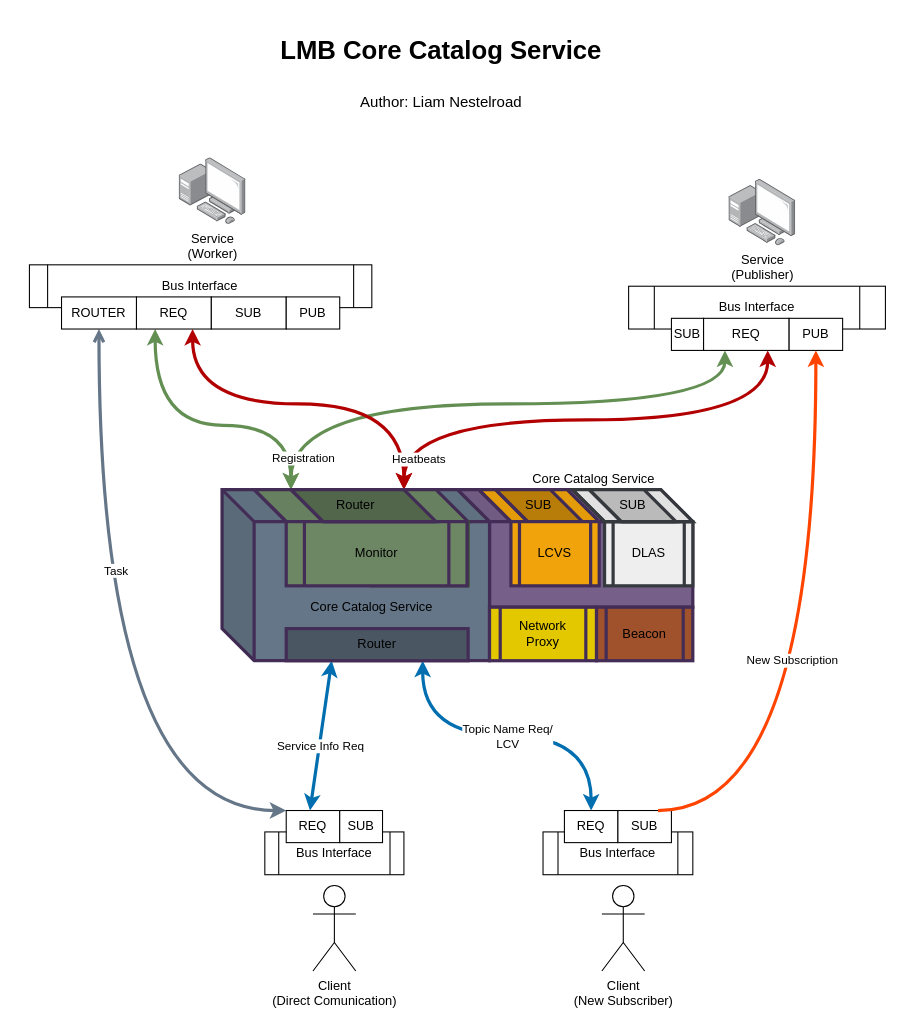
Earlier version of the draw.io diagram page "Core Catalog Service" (2 of 9) of LMB_architecture.drawio (lnestelroad/Hermes). Source tidied: cells renumbered, new cells numbered last; positions are measured from the earlier drawing's top-left corner, leaving out a move shared by most shapes. Both pictures are drawn from the tidied source at 107%, with x=0, y=0 at pixel (18, 29).
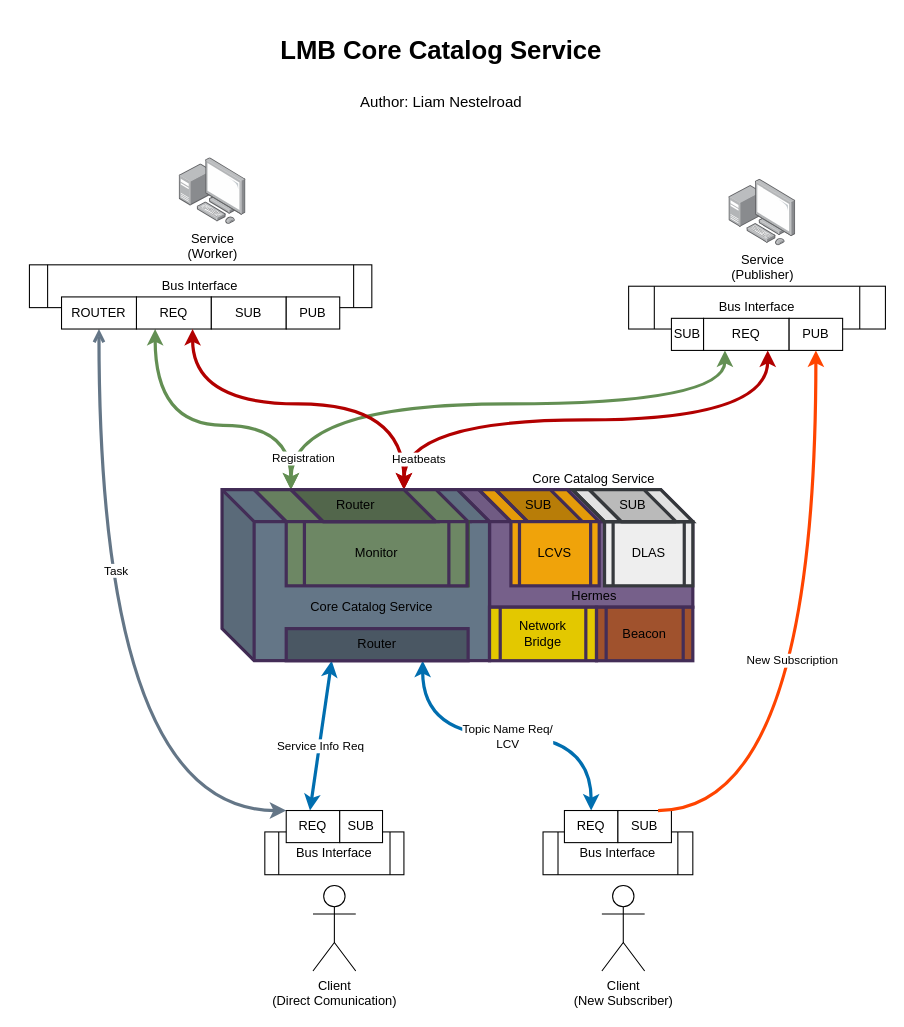
The same diagram, later.

What changed in the source:
```diff
@@
-    <mxCell id="37" value="&lt;span&gt;&lt;font color=&quot;#000000&quot;&gt;Network Proxy&lt;/font&gt;&lt;/span&gt;" style="shape=process;whiteSpace=wrap;html=1;backgroundOutline=1;strokeWidth=3;fillColor=#e3c800;fontColor=#ffffff;strokeColor=#432D57;" parent="1" vertex="1">
+    <mxCell id="37" value="&lt;span style=&quot;color: rgb(0 , 0 , 0)&quot;&gt;Network Bridge&lt;/span&gt;" style="shape=process;whiteSpace=wrap;html=1;backgroundOutline=1;strokeWidth=3;fillColor=#e3c800;fontColor=#ffffff;strokeColor=#432D57;" parent="1" vertex="1">
       <mxGeometry x="440" y="540" width="100" height="50" as="geometry" />
     </mxCell>
@@
+    <mxCell id="60" value="&lt;font color=&quot;#000000&quot;&gt;Hermes&lt;/font&gt;" style="text;html=1;strokeColor=none;fillColor=none;align=center;verticalAlign=middle;whiteSpace=wrap;rounded=0;" parent="1" vertex="1">
+      <mxGeometry x="473.7" y="520" width="127.6" height="20" as="geometry" />
+    </mxCell>
```
